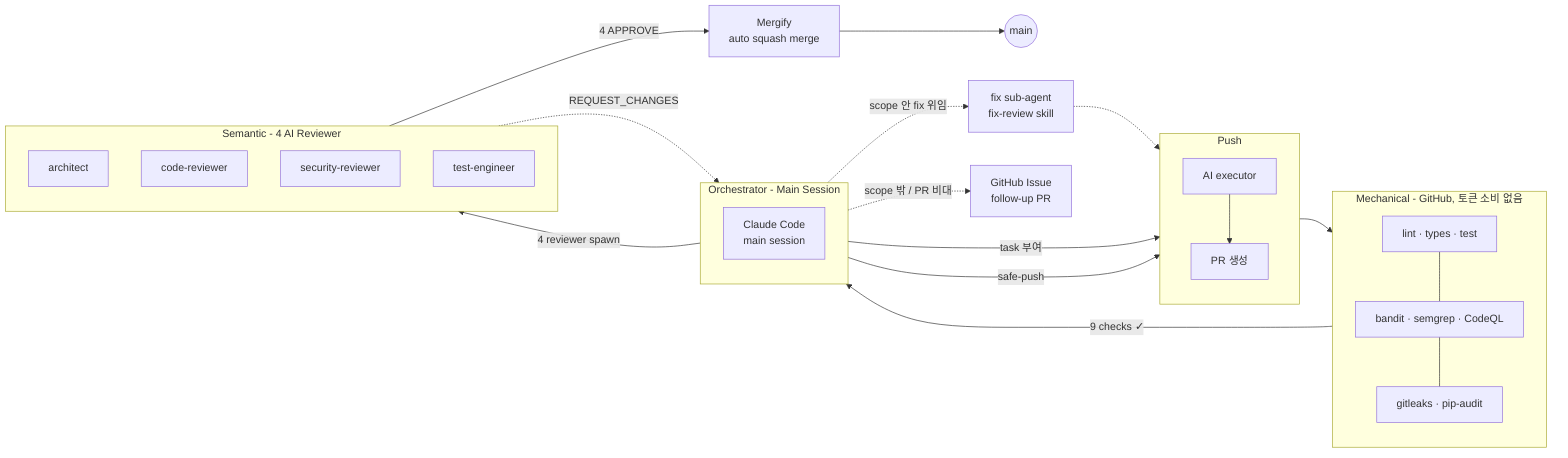
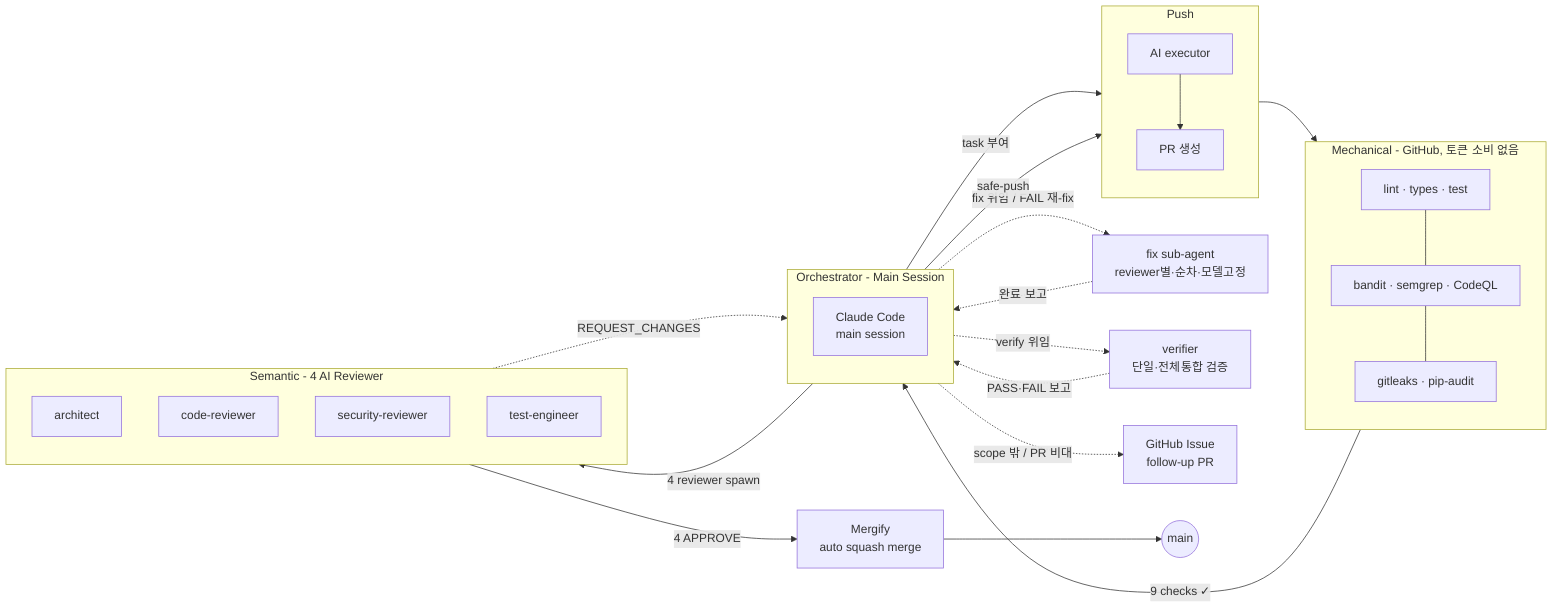
flowchart LR
    subgraph orchestration["Orchestrator - Main Session"]
        direction TB
        orch[Claude Code<br/>main session]
    end

    subgraph push["Push"]
        direction TB
        exec[AI executor] --> pr[PR 생성]
    end

    subgraph mechanical["Mechanical - GitHub, 토큰 소비 없음"]
        direction TB
        ci1[lint · types · test]
        ci2[bandit · semgrep · CodeQL]
        ci3[gitleaks · pip-audit]
        ci1 --- ci2 --- ci3
    end

    subgraph semantic["Semantic - 4 AI Reviewer"]
        direction TB
        r1[architect]
        r2[code-reviewer]
        r3[security-reviewer]
        r4[test-engineer]
    end

-     fix[fix sub-agent<br/>fix-review skill]
+     fix[fix sub-agent<br/>reviewer별·순차·모델고정]
+     verify[verifier<br/>단일·전체통합 검증]
    issue[GitHub Issue<br/>follow-up PR]
    mergify[Mergify<br/>auto squash merge]

    orch -->|task 부여| exec
    orch -->|safe-push| pr
    pr --> mechanical
    mechanical -->|9 checks ✓| orch
    orch -->|4 reviewer spawn| semantic
    semantic -->|4 APPROVE| mergify
    semantic -.->|REQUEST_CHANGES| orch
-     orch -.->|scope 안 fix 위임| fix
+     orch -.->|fix 위임 / FAIL 재-fix| fix
+     fix -.->|완료 보고| orch
+     orch -.->|verify 위임| verify
+     verify -.->|PASS·FAIL 보고| orch
    orch -.->|scope 밖 / PR 비대| issue
-     fix -.-> exec
    mergify --> main((main))
